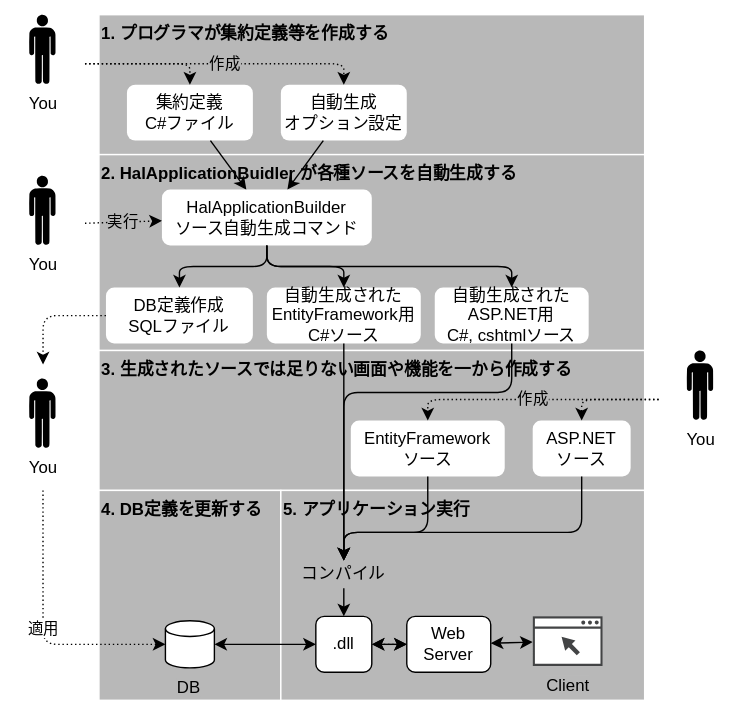
The draw.io diagram README.drawio.svg in halllky/NijoApplicationBuilder, before a commit. Source tidied: cells renumbered, new cells last; positions are measured from the earlier drawing's top-left corner, leaving out a move shared by most shapes.
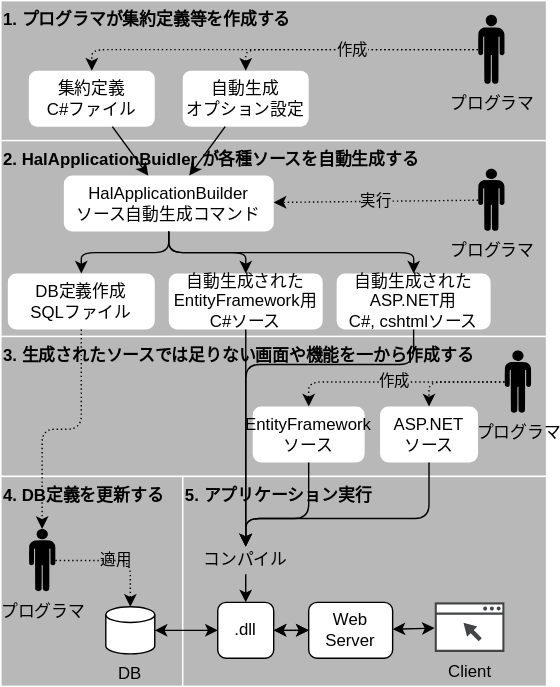
Above is the later version.

Change to the diagram source:
```diff
@@ -29,26 +29,17 @@
     <mxCell id="10" value="3. 生成されたソースでは足りない画面や機能を一から作成する" style="rounded=0;whiteSpace=wrap;html=1;fillColor=#B8B8B8;strokeColor=#FFFFFF;verticalAlign=top;align=left;fontColor=#000000;fontStyle=1;" parent="1" vertex="1">
       <mxGeometry x="70" y="250" width="390" height="100" as="geometry" />
     </mxCell>
-    <mxCell id="11" style="edgeStyle=orthogonalEdgeStyle;html=1;fontColor=#000000;entryX=0.5;entryY=0;entryDx=0;entryDy=0;shadow=0;dashed=1;dashPattern=1 2;" parent="1" edge="1" source="14" target="3">
+    <mxCell id="11" style="edgeStyle=orthogonalEdgeStyle;html=1;fontColor=#000000;entryX=0.5;entryY=0;entryDx=0;entryDy=0;shadow=0;dashed=1;dashPattern=1 2;" parent="1" edge="1" source="15" target="3">
       <mxGeometry relative="1" as="geometry" />
     </mxCell>
     <mxCell id="12" value="ASP.NET&lt;br&gt;ソース" style="rounded=1;whiteSpace=wrap;html=1;fontColor=#000000;strokeColor=none;fillColor=#FFFFFF;" parent="1" vertex="1">
-      <mxGeometry x="380" y="300" width="70" height="40" as="geometry" />
+      <mxGeometry x="341" y="300" width="70" height="40" as="geometry" />
     </mxCell>
-    <mxCell id="13" style="group;" parent="1" vertex="1">
-      <mxGeometry width="60" height="90" as="geometry" />
-    </mxCell>
-    <mxCell id="14" style="rounded=1;whiteSpace=wrap;html=1;shadow=0;labelBackgroundColor=default;strokeWidth=1;strokeColor=none;" parent="13" vertex="1">
-      <mxGeometry width="60" height="90" as="geometry" />
-    </mxCell>
-    <mxCell id="15" value="You" style="verticalLabelPosition=bottom;sketch=0;html=1;fillColor=#000000;verticalAlign=top;align=center;shape=mxgraph.cisco_safe.design.actor_2;labelBackgroundColor=default;fontColor=#000000;strokeColor=#FFFFFF;strokeWidth=1;shadow=0;" parent="13" vertex="1">
-      <mxGeometry x="20" y="10" width="19" height="50" as="geometry" />
-    </mxCell>
-    <mxCell id="16" value="作成" style="edgeStyle=orthogonalEdgeStyle;html=1;fontColor=#000000;shadow=0;entryX=0.5;entryY=0;entryDx=0;entryDy=0;labelBackgroundColor=#B8B8B8;spacing=2;dashed=1;dashPattern=1 2;" parent="1" edge="1" source="14" target="4">
+    <mxCell id="16" value="作成" style="edgeStyle=orthogonalEdgeStyle;html=1;fontColor=#000000;shadow=0;entryX=0.5;entryY=0;entryDx=0;entryDy=0;labelBackgroundColor=#B8B8B8;spacing=2;dashed=1;dashPattern=1 2;" parent="1" edge="1" source="15" target="4">
       <mxGeometry relative="1" as="geometry" />
     </mxCell>
     <mxCell id="17" value="EntityFramework&lt;br&gt;ソース" style="rounded=1;whiteSpace=wrap;html=1;fontColor=#000000;strokeColor=none;fillColor=#FFFFFF;" parent="1" vertex="1">
-      <mxGeometry x="250" y="300" width="110" height="40" as="geometry" />
+      <mxGeometry x="250" y="300" width="80" height="40" as="geometry" />
     </mxCell>
     <mxCell id="18" value="4. DB定義を更新する" style="rounded=0;whiteSpace=wrap;html=1;fillColor=#B8B8B8;strokeColor=#FFFFFF;verticalAlign=top;align=left;fontColor=#000000;fontStyle=1;" parent="1" vertex="1">
       <mxGeometry x="70" y="350" width="130" height="150" as="geometry" />
@@ -59,16 +50,7 @@
     <mxCell id="20" style="html=1;fontColor=#000000;shadow=0;labelBackgroundColor=#B8B8B8;spacing=2;" parent="1" edge="1" source="3" target="6">
       <mxGeometry relative="1" as="geometry" />
     </mxCell>
-    <mxCell id="21" style="group;" parent="1" vertex="1">
-      <mxGeometry y="115" width="60" height="90" as="geometry" />
-    </mxCell>
-    <mxCell id="22" style="rounded=1;whiteSpace=wrap;html=1;shadow=0;labelBackgroundColor=default;strokeWidth=1;strokeColor=none;" parent="21" vertex="1">
-      <mxGeometry width="60" height="90" as="geometry" />
-    </mxCell>
-    <mxCell id="23" value="You" style="verticalLabelPosition=bottom;sketch=0;html=1;fillColor=#000000;verticalAlign=top;align=center;shape=mxgraph.cisco_safe.design.actor_2;labelBackgroundColor=default;fontColor=#000000;strokeColor=#FFFFFF;strokeWidth=1;shadow=0;" parent="21" vertex="1">
-      <mxGeometry x="20" y="10" width="19" height="50" as="geometry" />
-    </mxCell>
-    <mxCell id="24" value="実行" style="html=1;fontColor=#000000;shadow=0;labelBackgroundColor=#B8B8B8;spacing=2;dashed=1;dashPattern=1 2;" parent="1" edge="1" source="22" target="6">
+    <mxCell id="24" value="実行" style="html=1;fontColor=#000000;shadow=0;labelBackgroundColor=#B8B8B8;spacing=2;dashed=1;dashPattern=1 2;" parent="1" edge="1" source="54" target="6">
       <mxGeometry relative="1" as="geometry" />
     </mxCell>
     <mxCell id="25" style="html=1;fontColor=#000000;shadow=0;labelBackgroundColor=#B8B8B8;spacing=2;edgeStyle=orthogonalEdgeStyle;exitX=0.5;exitY=1;exitDx=0;exitDy=0;" parent="1" edge="1" source="6" target="7">
@@ -80,34 +62,16 @@
     <mxCell id="27" style="html=1;fontColor=#000000;shadow=0;labelBackgroundColor=#B8B8B8;spacing=2;edgeStyle=orthogonalEdgeStyle;exitX=0.5;exitY=1;exitDx=0;exitDy=0;" parent="1" edge="1" source="6" target="9">
       <mxGeometry relative="1" as="geometry" />
     </mxCell>
-    <mxCell id="28" style="group;" parent="1" vertex="1">
-      <mxGeometry x="470" y="240" width="60" height="90" as="geometry" />
-    </mxCell>
-    <mxCell id="29" style="rounded=1;whiteSpace=wrap;html=1;shadow=0;labelBackgroundColor=default;strokeWidth=1;strokeColor=none;" parent="28" vertex="1">
-      <mxGeometry width="60" height="90" as="geometry" />
-    </mxCell>
-    <mxCell id="30" value="You" style="verticalLabelPosition=bottom;sketch=0;html=1;fillColor=#000000;verticalAlign=top;align=center;shape=mxgraph.cisco_safe.design.actor_2;labelBackgroundColor=default;fontColor=#000000;strokeColor=#FFFFFF;strokeWidth=1;shadow=0;" parent="28" vertex="1">
-      <mxGeometry x="20" y="10" width="19" height="50" as="geometry" />
-    </mxCell>
-    <mxCell id="31" style="edgeStyle=orthogonalEdgeStyle;html=1;fontColor=#000000;entryX=0.5;entryY=0;entryDx=0;entryDy=0;shadow=0;dashed=1;dashPattern=1 2;" parent="1" edge="1" source="29" target="12">
+    <mxCell id="31" style="edgeStyle=orthogonalEdgeStyle;html=1;fontColor=#000000;entryX=0.5;entryY=0;entryDx=0;entryDy=0;shadow=0;dashed=1;dashPattern=1 2;" parent="1" edge="1" source="56" target="12">
       <mxGeometry relative="1" as="geometry" />
     </mxCell>
-    <mxCell id="32" value="作成" style="edgeStyle=orthogonalEdgeStyle;html=1;fontColor=#000000;shadow=0;entryX=0.5;entryY=0;entryDx=0;entryDy=0;labelBackgroundColor=#B8B8B8;spacing=2;dashed=1;dashPattern=1 2;" parent="1" edge="1" source="29" target="17">
+    <mxCell id="32" value="作成" style="edgeStyle=orthogonalEdgeStyle;html=1;fontColor=#000000;shadow=0;entryX=0.5;entryY=0;entryDx=0;entryDy=0;labelBackgroundColor=#B8B8B8;spacing=2;dashed=1;dashPattern=1 2;" parent="1" edge="1" source="56" target="17">
       <mxGeometry relative="1" as="geometry" />
     </mxCell>
-    <mxCell id="33" style="group;" parent="1" vertex="1">
-      <mxGeometry y="260" width="60" height="90" as="geometry" />
-    </mxCell>
-    <mxCell id="34" style="rounded=1;whiteSpace=wrap;html=1;shadow=0;labelBackgroundColor=default;strokeWidth=1;strokeColor=none;" parent="33" vertex="1">
-      <mxGeometry width="60" height="90" as="geometry" />
-    </mxCell>
-    <mxCell id="35" value="You" style="verticalLabelPosition=bottom;sketch=0;html=1;fillColor=#000000;verticalAlign=top;align=center;shape=mxgraph.cisco_safe.design.actor_2;labelBackgroundColor=default;fontColor=#000000;strokeColor=#FFFFFF;strokeWidth=1;shadow=0;" parent="33" vertex="1">
-      <mxGeometry x="20" y="10" width="19" height="50" as="geometry" />
-    </mxCell>
-    <mxCell id="36" value="適用" style="html=1;fontColor=#000000;shadow=0;labelBackgroundColor=default;spacing=2;dashed=1;dashPattern=1 2;edgeStyle=orthogonalEdgeStyle;entryX=0;entryY=0.5;entryDx=0;entryDy=0;entryPerimeter=0;exitX=0.5;exitY=1;exitDx=0;exitDy=0;" parent="1" edge="1" source="34" target="49">
+    <mxCell id="36" value="適用" style="html=1;fontColor=#000000;shadow=0;labelBackgroundColor=none;spacing=2;dashed=1;dashPattern=1 2;edgeStyle=orthogonalEdgeStyle;" parent="1" edge="1" source="55" target="49">
       <mxGeometry relative="1" as="geometry" />
     </mxCell>
-    <mxCell id="37" style="html=1;fontColor=#000000;shadow=0;dashed=1;dashPattern=1 2;edgeStyle=orthogonalEdgeStyle;" parent="1" edge="1" source="9" target="34">
+    <mxCell id="37" style="html=1;fontColor=#000000;shadow=0;dashed=1;dashPattern=1 2;edgeStyle=orthogonalEdgeStyle;" parent="1" edge="1" source="9" target="55">
       <mxGeometry relative="1" as="geometry" />
     </mxCell>
     <mxCell id="38" value="5. アプリケーション実行" style="rounded=0;whiteSpace=wrap;html=1;fillColor=#B8B8B8;strokeColor=#FFFFFF;verticalAlign=top;align=left;fontColor=#000000;fontStyle=1;" parent="1" vertex="1">
@@ -139,7 +103,7 @@
     <mxCell id="45" style="html=1;fontColor=#000000;shadow=0;labelBackgroundColor=#B8B8B8;spacing=2;entryX=0.5;entryY=0;entryDx=0;entryDy=0;exitX=0.5;exitY=1;exitDx=0;exitDy=0;edgeStyle=orthogonalEdgeStyle;" parent="1" edge="1" source="17" target="50">
       <mxGeometry relative="1" as="geometry">
         <Array as="points">
-          <mxPoint x="305" y="380" />
+          <mxPoint x="290" y="380" />
           <mxPoint x="245" y="380" />
         </Array>
       </mxGeometry>
@@ -147,15 +111,15 @@
     <mxCell id="46" style="html=1;fontColor=#000000;shadow=0;labelBackgroundColor=#B8B8B8;spacing=2;entryX=0.5;entryY=0;entryDx=0;entryDy=0;edgeStyle=orthogonalEdgeStyle;exitX=0.5;exitY=1;exitDx=0;exitDy=0;" parent="1" edge="1" source="7" target="50">
       <mxGeometry relative="1" as="geometry">
         <Array as="points">
-          <mxPoint x="365" y="280" />
-          <mxPoint x="245" y="280" />
+          <mxPoint x="365" y="270" />
+          <mxPoint x="245" y="270" />
         </Array>
       </mxGeometry>
     </mxCell>
     <mxCell id="47" style="html=1;fontColor=#000000;shadow=0;labelBackgroundColor=#B8B8B8;spacing=2;entryX=0.5;entryY=0;entryDx=0;entryDy=0;exitX=0.5;exitY=1;exitDx=0;exitDy=0;edgeStyle=orthogonalEdgeStyle;" parent="1" edge="1" source="12" target="50">
       <mxGeometry relative="1" as="geometry">
         <Array as="points">
-          <mxPoint x="415" y="380" />
+          <mxPoint x="376" y="380" />
           <mxPoint x="245" y="380" />
         </Array>
       </mxGeometry>
@@ -164,7 +128,7 @@
       <mxGeometry relative="1" as="geometry" />
     </mxCell>
     <mxCell id="49" value="DB" style="strokeWidth=1;html=1;shape=mxgraph.flowchart.database;whiteSpace=wrap;shadow=0;labelBackgroundColor=#B8B8B8;fontColor=#000000;fillColor=default;labelPosition=center;verticalLabelPosition=bottom;align=center;verticalAlign=top;" parent="1" vertex="1">
-      <mxGeometry x="117.5" y="443.2" width="35" height="33.6" as="geometry" />
+      <mxGeometry x="145" y="443.2" width="35" height="33.6" as="geometry" />
     </mxCell>
     <mxCell id="50" value="コンパイル" style="rounded=1;whiteSpace=wrap;html=1;fontColor=#000000;strokeColor=none;fillColor=none;" parent="1" vertex="1">
       <mxGeometry x="210" y="400" width="70" height="20" as="geometry" />
@@ -178,5 +142,17 @@
     <mxCell id="53" value="Client" style="sketch=0;shadow=0;dashed=0;html=1;strokeColor=none;fillColor=#434445;labelPosition=center;verticalLabelPosition=bottom;verticalAlign=top;align=center;outlineConnect=0;shape=mxgraph.vvd.web_browser;labelBackgroundColor=#B8B8B8;fontColor=#000000;" parent="1" vertex="1">
       <mxGeometry x="380" y="440" width="50" height="35.5" as="geometry" />
     </mxCell>
+    <mxCell id="15" value="プログラマ" style="verticalLabelPosition=bottom;sketch=0;html=1;fillColor=#000000;verticalAlign=top;align=center;shape=mxgraph.cisco_safe.design.actor_2;labelBackgroundColor=none;fontColor=#000000;strokeColor=#FFFFFF;strokeWidth=1;shadow=0;" parent="1" vertex="1">
+      <mxGeometry x="411" y="20" width="19" height="50" as="geometry" />
+    </mxCell>
+    <mxCell id="54" value="プログラマ" style="verticalLabelPosition=bottom;sketch=0;html=1;fillColor=#000000;verticalAlign=top;align=center;shape=mxgraph.cisco_safe.design.actor_2;labelBackgroundColor=none;fontColor=#000000;strokeColor=#FFFFFF;strokeWidth=1;shadow=0;" parent="1" vertex="1">
+      <mxGeometry x="411" y="130" width="19" height="45" as="geometry" />
+    </mxCell>
+    <mxCell id="55" value="プログラマ" style="verticalLabelPosition=bottom;sketch=0;html=1;fillColor=#000000;verticalAlign=top;align=center;shape=mxgraph.cisco_safe.design.actor_2;labelBackgroundColor=none;fontColor=#000000;strokeColor=#FFFFFF;strokeWidth=1;shadow=0;" parent="1" vertex="1">
+      <mxGeometry x="90" y="387.5" width="19" height="45" as="geometry" />
+    </mxCell>
+    <mxCell id="56" value="プログラマ" style="verticalLabelPosition=bottom;sketch=0;html=1;fillColor=#000000;verticalAlign=top;align=center;shape=mxgraph.cisco_safe.design.actor_2;labelBackgroundColor=none;fontColor=#000000;strokeColor=#FFFFFF;strokeWidth=1;shadow=0;" parent="1" vertex="1">
+      <mxGeometry x="430" y="260" width="19" height="45" as="geometry" />
+    </mxCell>
   </root>
 </mxGraphModel>
```
